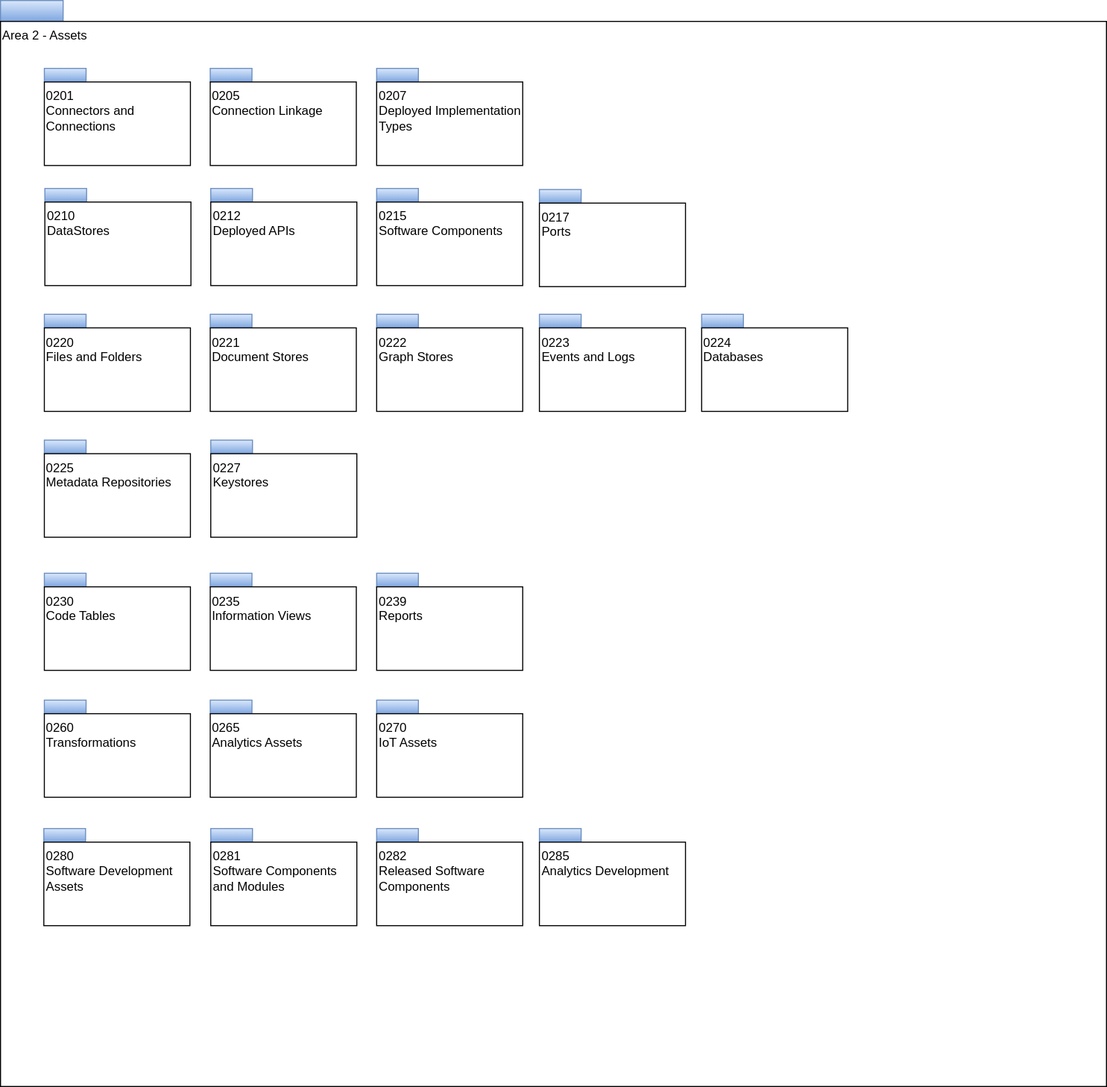
This is site/docs/types/2/area-2-assets-overview.svg from odpi/egeria-docs, a draw.io export, as it was before one commit. Source tidied: cells renumbered, new cells last; positions are measured from the earlier drawing's top-left corner, leaving out a move shared by most shapes.
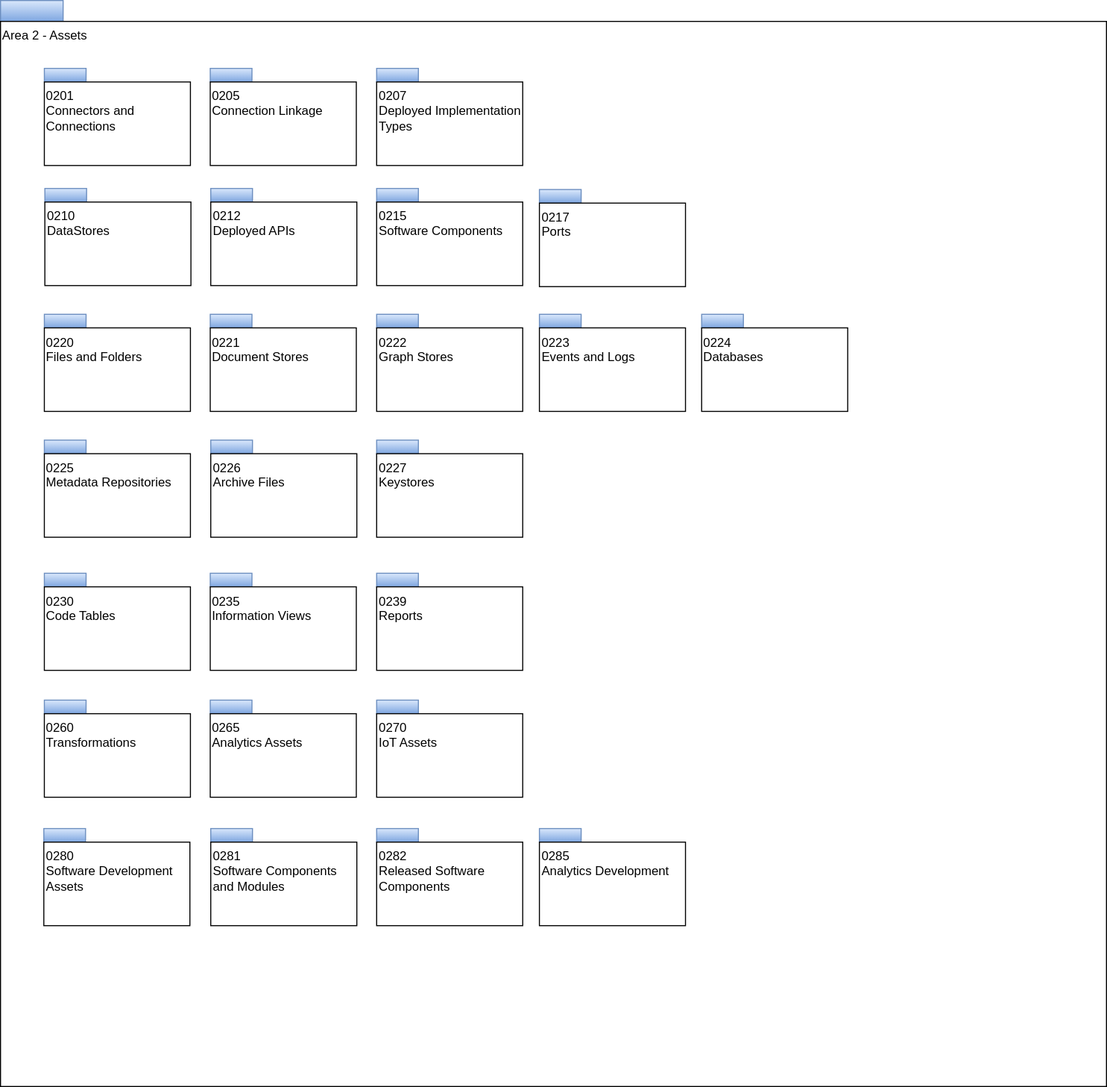
After the commit.

Change to the diagram source:
```diff
@@ -59,7 +59,7 @@
     <mxCell id="20" style="rounded=0;whiteSpace=wrap;html=1;align=left;fillColor=#dae8fc;strokeColor=#6c8ebf;gradientColor=#7ea6e0;" parent="1" vertex="1">
       <mxGeometry x="201.5" y="421" width="40" height="13" as="geometry" />
     </mxCell>
-    <mxCell id="21" value="0227&lt;br&gt;Keystores&lt;br&gt;" style="rounded=0;whiteSpace=wrap;html=1;align=left;verticalAlign=top;" parent="1" vertex="1">
+    <mxCell id="21" value="0226&lt;br&gt;Archive Files" style="rounded=0;whiteSpace=wrap;html=1;align=left;verticalAlign=top;" parent="1" vertex="1">
       <mxGeometry x="201.5" y="434" width="140" height="80" as="geometry" />
     </mxCell>
     <mxCell id="22" style="rounded=0;whiteSpace=wrap;html=1;align=left;fillColor=#dae8fc;strokeColor=#6c8ebf;gradientColor=#7ea6e0;" parent="1" vertex="1">
@@ -152,5 +152,11 @@
     <mxCell id="51" value="0207&lt;br&gt;Deployed Implementation Types" style="rounded=0;whiteSpace=wrap;html=1;align=left;verticalAlign=top;" parent="1" vertex="1">
       <mxGeometry x="360.5" y="78" width="140" height="80" as="geometry" />
     </mxCell>
+    <mxCell id="52" style="rounded=0;whiteSpace=wrap;html=1;align=left;fillColor=#dae8fc;strokeColor=#6c8ebf;gradientColor=#7ea6e0;" parent="1" vertex="1">
+      <mxGeometry x="360.5" y="421" width="40" height="13" as="geometry" />
+    </mxCell>
+    <mxCell id="53" value="0227&lt;br&gt;Keystores&lt;br&gt;" style="rounded=0;whiteSpace=wrap;html=1;align=left;verticalAlign=top;" parent="1" vertex="1">
+      <mxGeometry x="360.5" y="434" width="140" height="80" as="geometry" />
+    </mxCell>
   </root>
 </mxGraphModel>
```
